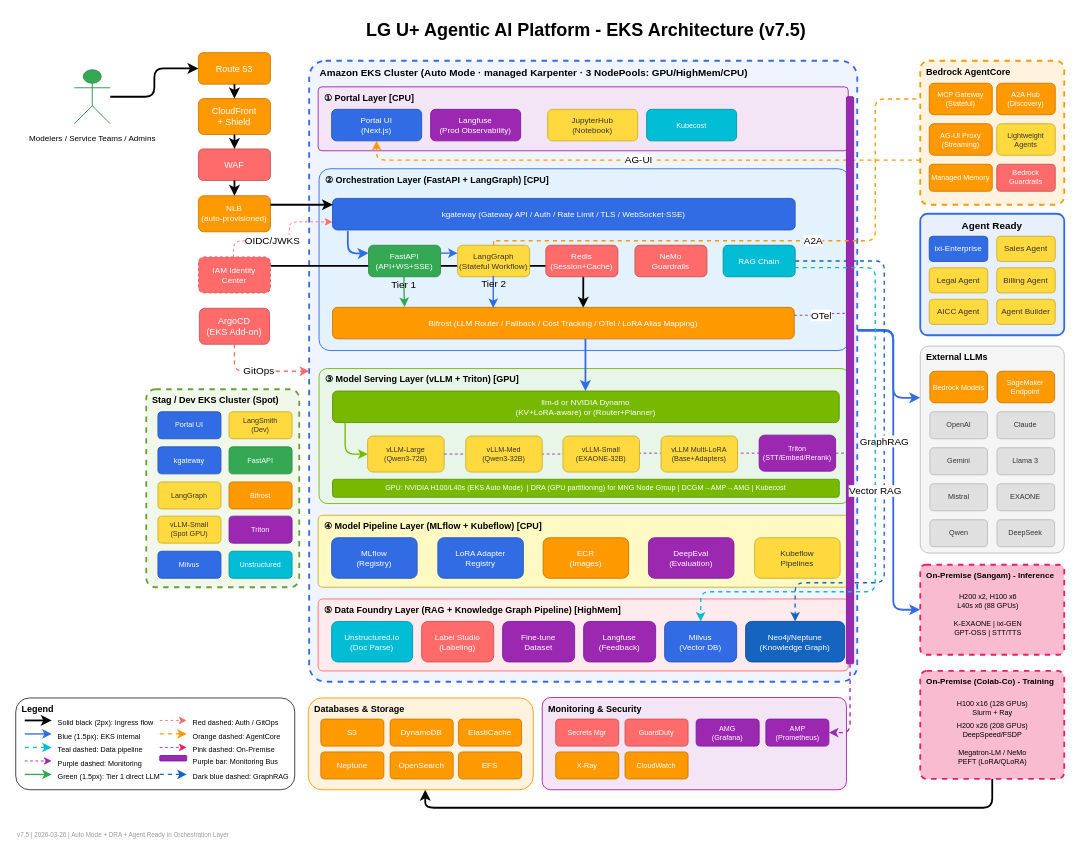
The draw.io diagram static/LG U+ Agentic AI Platform(with Ontology and fine tunning feature).drawio in devfloor9/engineering-playbook, before the edit. Source tidied: cells renumbered, new cells numbered last; positions are measured from the earlier drawing's top-left corner, leaving out a move shared by most shapes. Both pictures are drawn from the tidied source at 90%, with x=0, y=0 at pixel (15, 15).
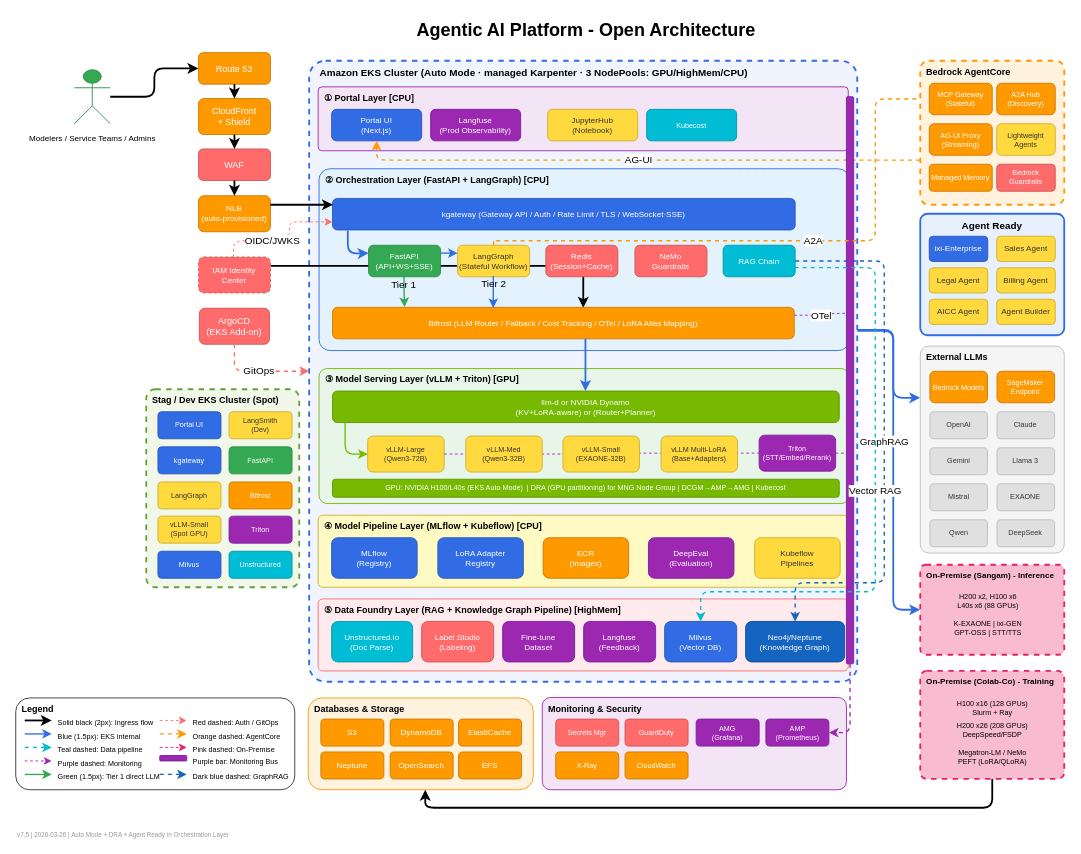
After the change.

Commit message:
Agentic AI Platform(with Ontology and fine tunning feature).drawio 업데이트

What changed in the source:
```diff
@@
-    <mxCell id="7" value="LG U+ Agentic AI Platform - EKS Architecture (v7.5)" style="text;html=1;strokeColor=none;fillColor=none;align=center;verticalAlign=middle;whiteSpace=wrap;rounded=0;fontSize=20;fontStyle=1;fontFamily=Helvetica;" parent="1" vertex="1">
+    <mxCell id="7" value="Agentic AI Platform - Open Architecture" style="text;html=1;strokeColor=none;fillColor=none;align=center;verticalAlign=middle;whiteSpace=wrap;rounded=0;fontSize=20;fontStyle=1;fontFamily=Helvetica;" parent="1" vertex="1">
       <mxGeometry x="233.5" width="800" height="30" as="geometry" />
     </mxCell>
```
